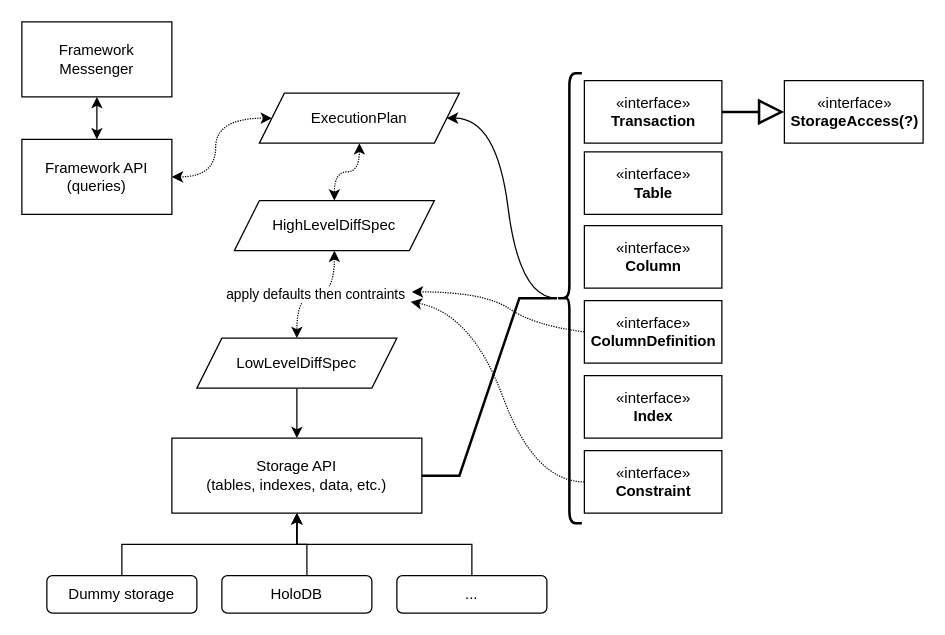
Above: docs/framework-mindmap.drawio in miniconnect/miniconnect (draw.io), before the change. Source tidied: cells renumbered, new cells numbered last; positions are measured from the earlier drawing's top-left corner, leaving out a move shared by most shapes. Both pictures are drawn from the tidied source at 125%, with x=0, y=0 at pixel (21, 21).
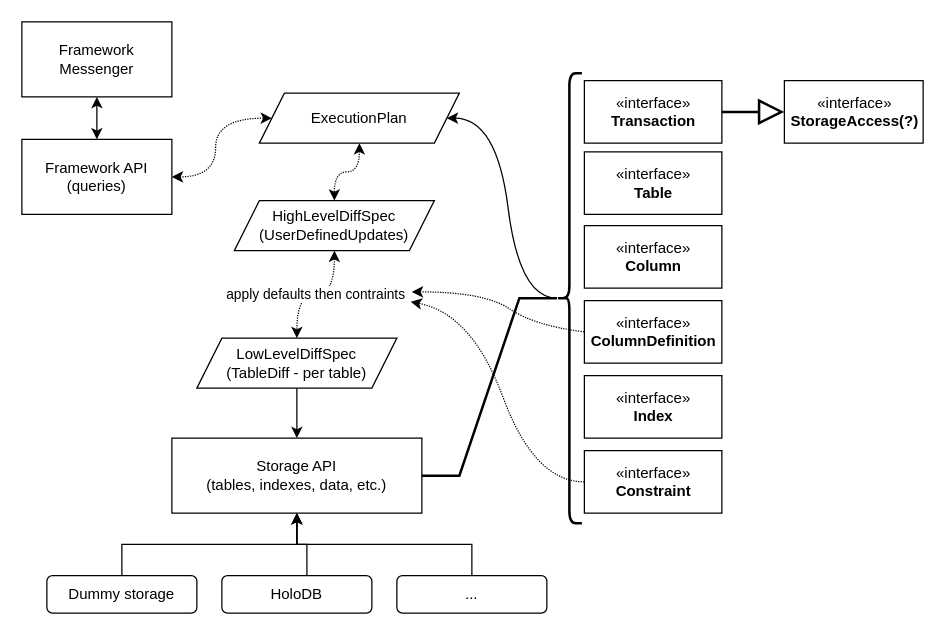
The same page after the edit.

Diff of the diagram source:
```diff
@@
-    <mxCell id="9" value="HighLevelDiffSpec" style="shape=parallelogram;perimeter=parallelogramPerimeter;whiteSpace=wrap;html=1;fixedSize=1;" parent="1" vertex="1">
+    <mxCell id="9" value="&lt;div&gt;HighLevelDiffSpec&lt;/div&gt;(UserDefinedUpdates)" style="shape=parallelogram;perimeter=parallelogramPerimeter;whiteSpace=wrap;html=1;fixedSize=1;" parent="1" vertex="1">
       <mxGeometry x="170" y="143" width="160" height="40" as="geometry" />
     </mxCell>
@@
-    <mxCell id="11" value="&lt;div&gt;LowLevelDiffSpec&lt;/div&gt;" style="shape=parallelogram;perimeter=parallelogramPerimeter;whiteSpace=wrap;html=1;fixedSize=1;" parent="1" vertex="1">
+    <mxCell id="11" value="&lt;div&gt;LowLevelDiffSpec&lt;/div&gt;&lt;div&gt;(TableDiff - per table)&lt;br&gt;&lt;/div&gt;" style="shape=parallelogram;perimeter=parallelogramPerimeter;whiteSpace=wrap;html=1;fixedSize=1;" parent="1" vertex="1">
       <mxGeometry x="140" y="253" width="160" height="40" as="geometry" />
     </mxCell>
```
